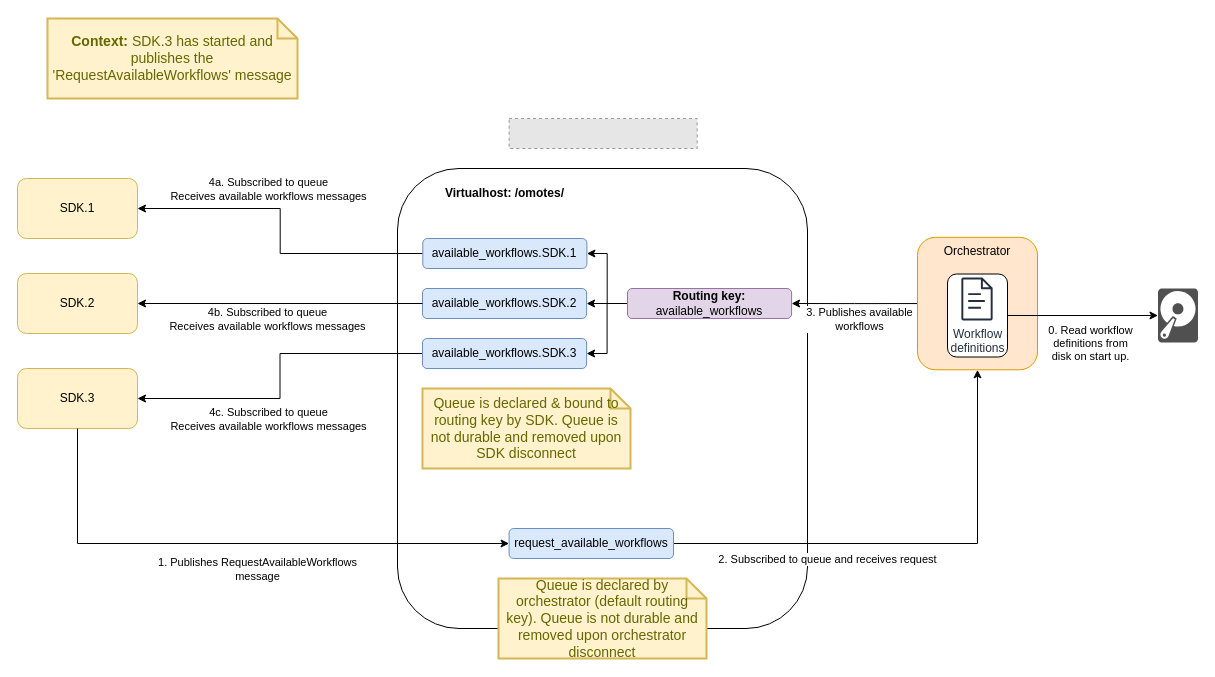
Earlier version of the draw.io diagram Feature_Centralizing_workflow_definitions/Communicating available workflows.sdk initiated.v1.drawio (Nieuwe-Warmte-Nu/architecture-documentation). Source tidied: cells renumbered, new cells numbered last; positions are measured from the earlier drawing's top-left corner, leaving out a move shared by most shapes. Both pictures are drawn from the tidied source at 100%, with x=0, y=0 at pixel (17, 18). Pictures stored in the file or linked from it are replaced by grey dashed boxes.
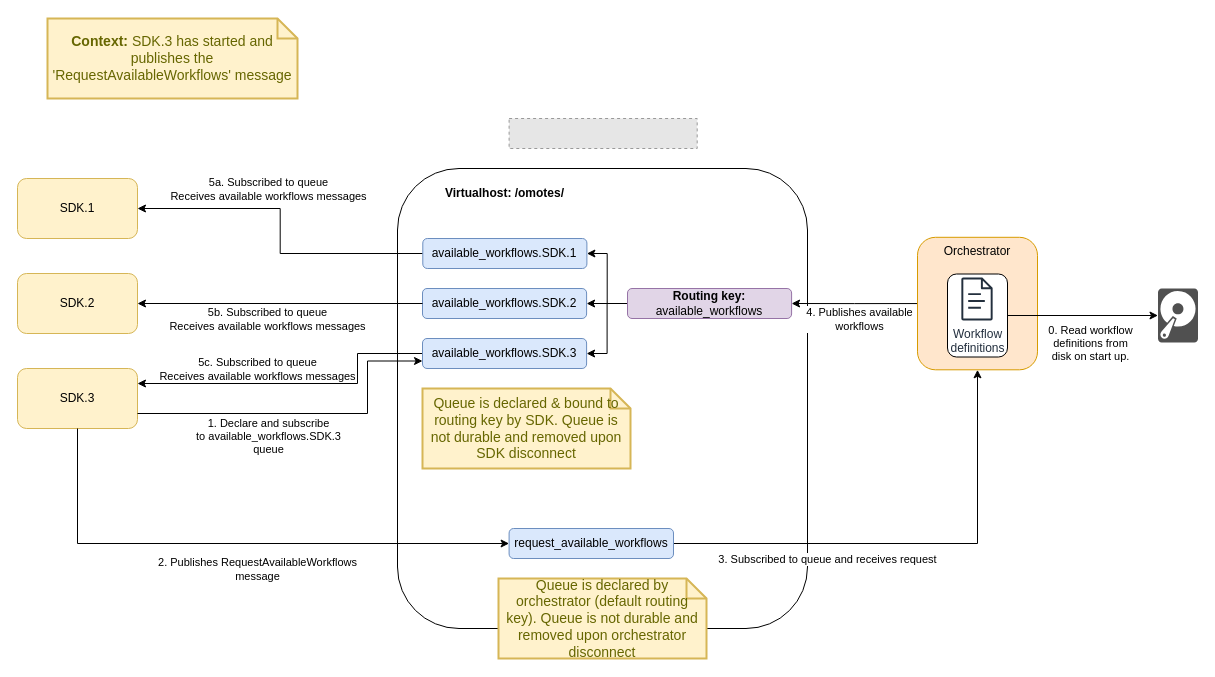
Above is the later version.

Unchanged cells that the change refers to:
```xml
<mxCell id="4" value="SDK.3" style="rounded=1;whiteSpace=wrap;html=1;fillColor=#fff2cc;strokeColor=#d6b656;" parent="1" vertex="1">
  <mxGeometry y="350" width="120" height="60" as="geometry" />
</mxCell>
<mxCell id="7" style="edgeStyle=orthogonalEdgeStyle;rounded=0;jettySize=auto;html=1;exitX=1;exitY=0.5;exitDx=0;exitDy=0;entryX=0.5;entryY=1;entryDx=0;entryDy=0;" parent="1" edge="1" source="9" target="31">
  <mxGeometry relative="1" as="geometry" />
</mxCell>
<mxCell id="10" style="edgeStyle=orthogonalEdgeStyle;rounded=0;jettySize=auto;html=1;exitX=0;exitY=0.5;exitDx=0;exitDy=0;entryX=1;entryY=0.5;entryDx=0;entryDy=0;" parent="1" edge="1" source="31" target="19">
  <mxGeometry relative="1" as="geometry" />
</mxCell>
<mxCell id="13" style="edgeStyle=orthogonalEdgeStyle;rounded=0;jettySize=auto;html=1;exitX=0;exitY=0.5;exitDx=0;exitDy=0;entryX=1;entryY=0.5;entryDx=0;entryDy=0;" parent="1" edge="1" source="15" target="2">
  <mxGeometry relative="1" as="geometry" />
</mxCell>
<mxCell id="23" value="available_workflows.SDK.3" style="rounded=1;whiteSpace=wrap;html=1;fillColor=#dae8fc;strokeColor=#6c8ebf;" parent="1" vertex="1">
  <mxGeometry x="405" y="320" width="164.1" height="30" as="geometry" />
</mxCell>
<mxCell id="24" style="edgeStyle=orthogonalEdgeStyle;rounded=0;jettySize=auto;html=1;exitX=0;exitY=0.5;exitDx=0;exitDy=0;entryX=1;entryY=0.5;entryDx=0;entryDy=0;" parent="1" edge="1" source="20" target="3">
  <mxGeometry relative="1" as="geometry" />
</mxCell>
<mxCell id="28" style="edgeStyle=orthogonalEdgeStyle;rounded=0;jettySize=auto;html=1;exitX=0.5;exitY=1;exitDx=0;exitDy=0;entryX=0;entryY=0.5;entryDx=0;entryDy=0;" parent="1" edge="1" source="4" target="9">
  <mxGeometry relative="1" as="geometry" />
</mxCell>
```

The edit, as a diff of the source:
```diff
@@
-    <mxCell id="8" value="2. Subscribed to queue and receives request" style="edgeLabel;html=1;align=center;verticalAlign=middle;" parent="7" vertex="1">
+    <mxCell id="8" value="3. Subscribed to queue and receives request" style="edgeLabel;html=1;align=center;verticalAlign=middle;" parent="7" vertex="1">
       <mxGeometry x="-0.08" y="-2" relative="1" as="geometry">
         <mxPoint x="-67" y="13" as="offset" />
       </mxGeometry>
     </mxCell>
@@
-    <mxCell id="11" value="3. Publishes available&lt;br&gt;workflows" style="edgeLabel;html=1;align=center;verticalAlign=middle;" parent="10" vertex="1">
+    <mxCell id="11" value="4. Publishes available&lt;br&gt;workflows" style="edgeLabel;html=1;align=center;verticalAlign=middle;" parent="10" vertex="1">
       <mxGeometry x="-0.07" y="1" relative="1" as="geometry">
         <mxPoint y="14" as="offset" />
       </mxGeometry>
     </mxCell>
@@
-    <mxCell id="14" value="4a. Subscribed to queue&lt;br&gt;Receives available workflows messages" style="edgeLabel;html=1;align=center;verticalAlign=middle;" parent="13" vertex="1">
+    <mxCell id="14" value="5a. Subscribed to queue&lt;br&gt;Receives available workflows messages" style="edgeLabel;html=1;align=center;verticalAlign=middle;" parent="13" vertex="1">
       <mxGeometry x="0.4" y="1" relative="1" as="geometry">
         <mxPoint x="31" y="-21" as="offset" />
       </mxGeometry>
     </mxCell>
@@
-    <mxCell id="21" style="edgeStyle=orthogonalEdgeStyle;rounded=0;jettySize=auto;html=1;exitX=0;exitY=0.5;exitDx=0;exitDy=0;entryX=1;entryY=0.5;entryDx=0;entryDy=0;" parent="1" edge="1" source="23" target="4">
-      <mxGeometry relative="1" as="geometry" />
+    <mxCell id="21" style="edgeStyle=orthogonalEdgeStyle;rounded=0;jettySize=auto;html=1;exitX=0;exitY=0.5;exitDx=0;exitDy=0;entryX=1;entryY=0.25;entryDx=0;entryDy=0;" parent="1" edge="1" source="23" target="4">
+      <mxGeometry relative="1" as="geometry">
+        <Array as="points">
+          <mxPoint x="340" y="335" />
+          <mxPoint x="340" y="365" />
+        </Array>
+      </mxGeometry>
     </mxCell>
-    <mxCell id="22" value="4c. Subscribed to queue&lt;br&gt;Receives available workflows messages" style="edgeLabel;html=1;align=center;verticalAlign=middle;" parent="21" vertex="1">
+    <mxCell id="22" value="5c. Subscribed to queue&lt;br&gt;Receives available workflows messages" style="edgeLabel;html=1;align=center;verticalAlign=middle;" parent="21" vertex="1">
       <mxGeometry x="0.47" relative="1" as="geometry">
-        <mxPoint x="43" y="20" as="offset" />
+        <mxPoint x="36" y="-15" as="offset" />
       </mxGeometry>
     </mxCell>
@@
-    <mxCell id="25" value="4b. Subscribed to queue&lt;br&gt;Receives available workflows messages" style="edgeLabel;html=1;align=center;verticalAlign=middle;" parent="24" vertex="1">
+    <mxCell id="25" value="5b. Subscribed to queue&lt;br&gt;Receives available workflows messages" style="edgeLabel;html=1;align=center;verticalAlign=middle;" parent="24" vertex="1">
       <mxGeometry x="0.31" relative="1" as="geometry">
         <mxPoint x="31" y="15" as="offset" />
       </mxGeometry>
     </mxCell>
@@
-    <mxCell id="29" value="1. Publishes RequestAvailableWorkflows&lt;br&gt;message" style="edgeLabel;html=1;align=center;verticalAlign=middle;" parent="28" vertex="1">
+    <mxCell id="29" value="2. Publishes RequestAvailableWorkflows&lt;br&gt;message" style="edgeLabel;html=1;align=center;verticalAlign=middle;" parent="28" vertex="1">
       <mxGeometry x="-0.03" y="-4" relative="1" as="geometry">
         <mxPoint x="29" y="21" as="offset" />
       </mxGeometry>
     </mxCell>
@@
+    <mxCell id="37" style="edgeStyle=orthogonalEdgeStyle;rounded=0;jettySize=auto;html=1;exitX=1;exitY=0.75;exitDx=0;exitDy=0;entryX=0;entryY=0.75;entryDx=0;entryDy=0;" parent="1" edge="1" source="4" target="23">
+      <mxGeometry relative="1" as="geometry">
+        <Array as="points">
+          <mxPoint x="350" y="395" />
+          <mxPoint x="350" y="343" />
+        </Array>
+      </mxGeometry>
+    </mxCell>
+    <mxCell id="38" value="1. Declare and subscribe&lt;br&gt;to available_workflows.SDK.3&lt;br&gt;queue" style="edgeLabel;html=1;align=center;verticalAlign=middle;" parent="37" vertex="1">
+      <mxGeometry x="-0.17" y="-2" relative="1" as="geometry">
+        <mxPoint x="-10" y="20" as="offset" />
+      </mxGeometry>
+    </mxCell>
```
